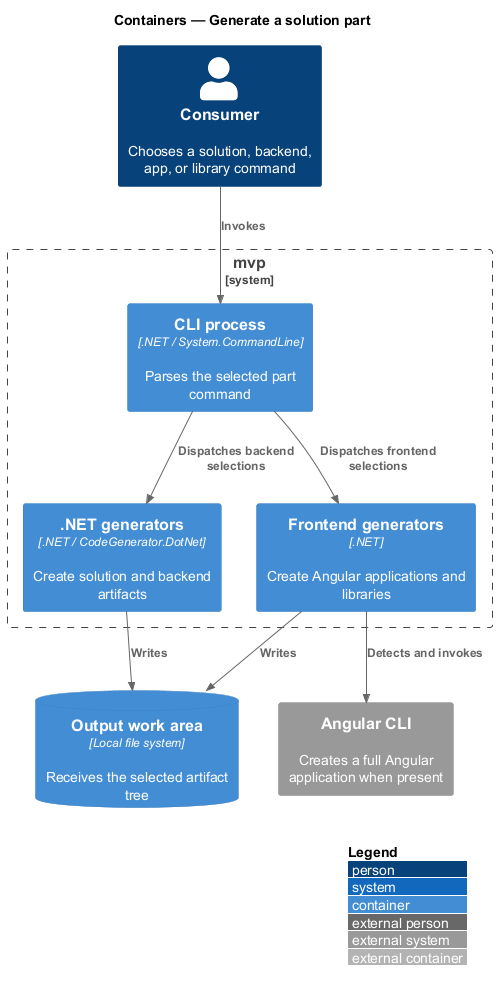
Above: docs/detailed-designs/scaffolding/generate-a-solution-part/diagrams/c4-container.png in QuinntyneBrown/mvp (PlantUML), before the change.
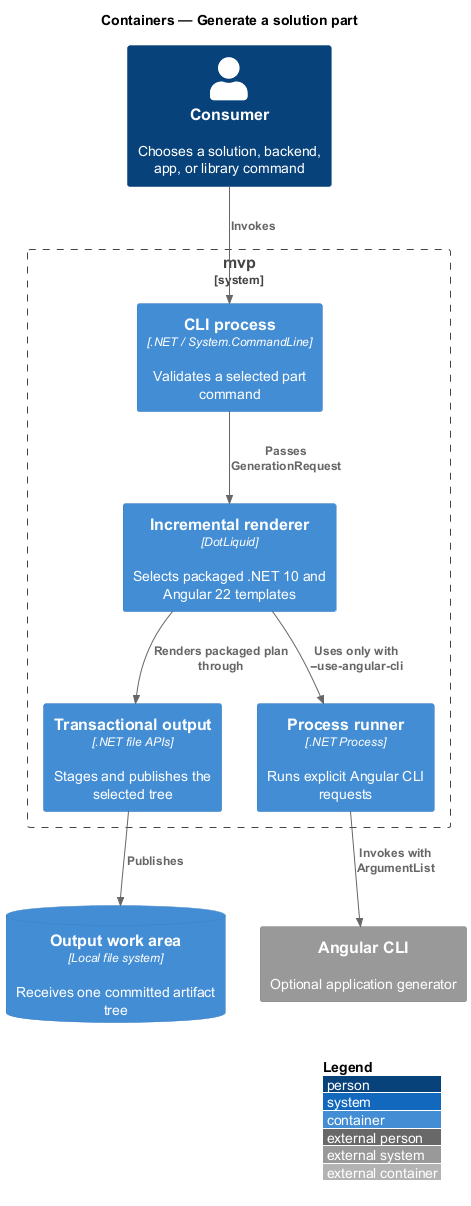
The same diagram one commit later.

The edit, as a diff of the source:
```diff
@@ -5,17 +5,18 @@
 
 Person(consumer, "Consumer", "Chooses a solution, backend, app, or library command")
 System_Boundary(mvp, "mvp") {
-  Container(cli, "CLI process", ".NET / System.CommandLine", "Parses the selected part command")
-  Container(dotnetGenerators, ".NET generators", ".NET / CodeGenerator.DotNet", "Create solution and backend artifacts")
-  Container(frontendGenerators, "Frontend generators", ".NET", "Create Angular applications and libraries")
+  Container(cli, "CLI process", ".NET / System.CommandLine", "Validates a selected part command")
+  Container(renderer, "Incremental renderer", "DotLiquid", "Selects packaged .NET 10 and Angular 22 templates")
+  Container(output, "Transactional output", ".NET file APIs", "Stages and publishes the selected tree")
+  Container(process, "Process runner", ".NET Process", "Runs explicit Angular CLI requests")
 }
-System_Ext(angular, "Angular CLI", "Creates a full Angular application when present")
-ContainerDb(files, "Output work area", "Local file system", "Receives the selected artifact tree")
+System_Ext(angular, "Angular CLI", "Optional application generator")
+ContainerDb(files, "Output work area", "Local file system", "Receives one committed artifact tree")
 
 Rel(consumer, cli, "Invokes")
-Rel(cli, dotnetGenerators, "Dispatches backend selections")
-Rel(cli, frontendGenerators, "Dispatches frontend selections")
-Rel(frontendGenerators, angular, "Detects and invokes")
-Rel(dotnetGenerators, files, "Writes")
-Rel(frontendGenerators, files, "Writes")
+Rel(cli, renderer, "Passes GenerationRequest")
+Rel(renderer, output, "Renders packaged plan through")
+Rel(renderer, process, "Uses only with --use-angular-cli")
+Rel(process, angular, "Invokes with ArgumentList")
+Rel(output, files, "Publishes")
 @enduml
```
